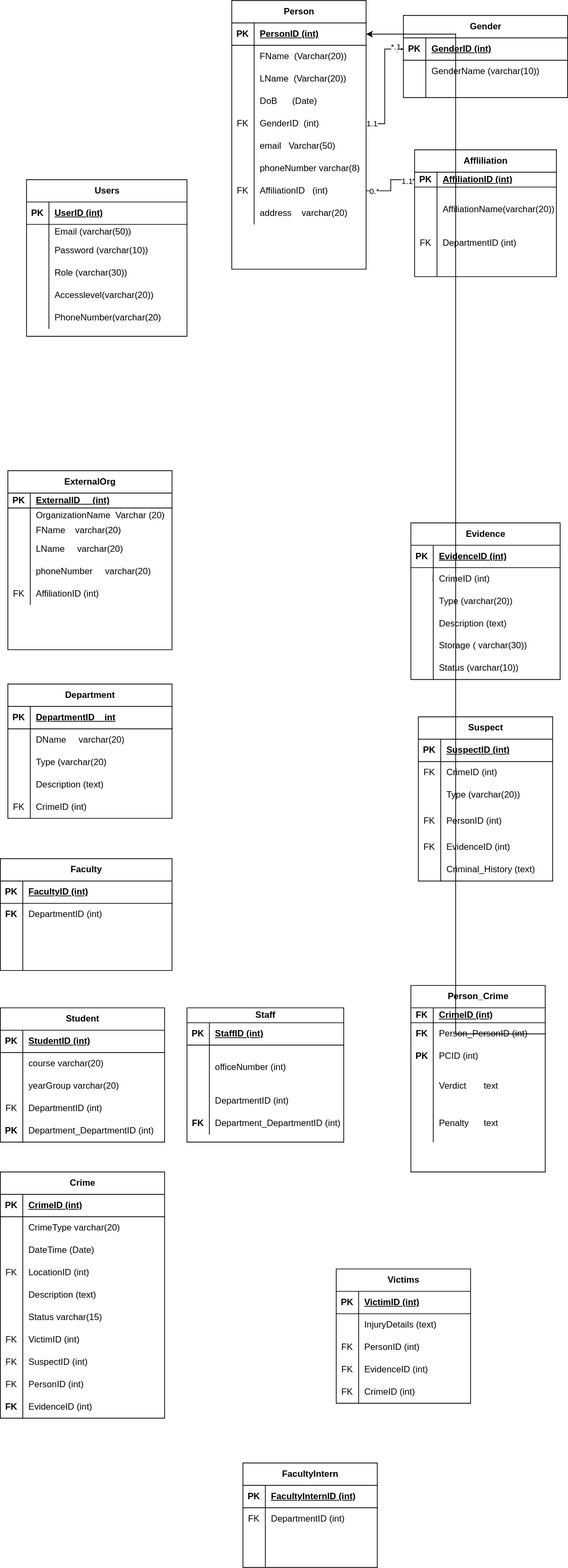
Before: Untitled Diagram.drawio.svg, a diagram exported from draw.io (Priscile2/Diagrams). Source tidied: cells renumbered, new cells last; positions are measured from the earlier drawing's top-left corner, leaving out a move shared by most shapes.
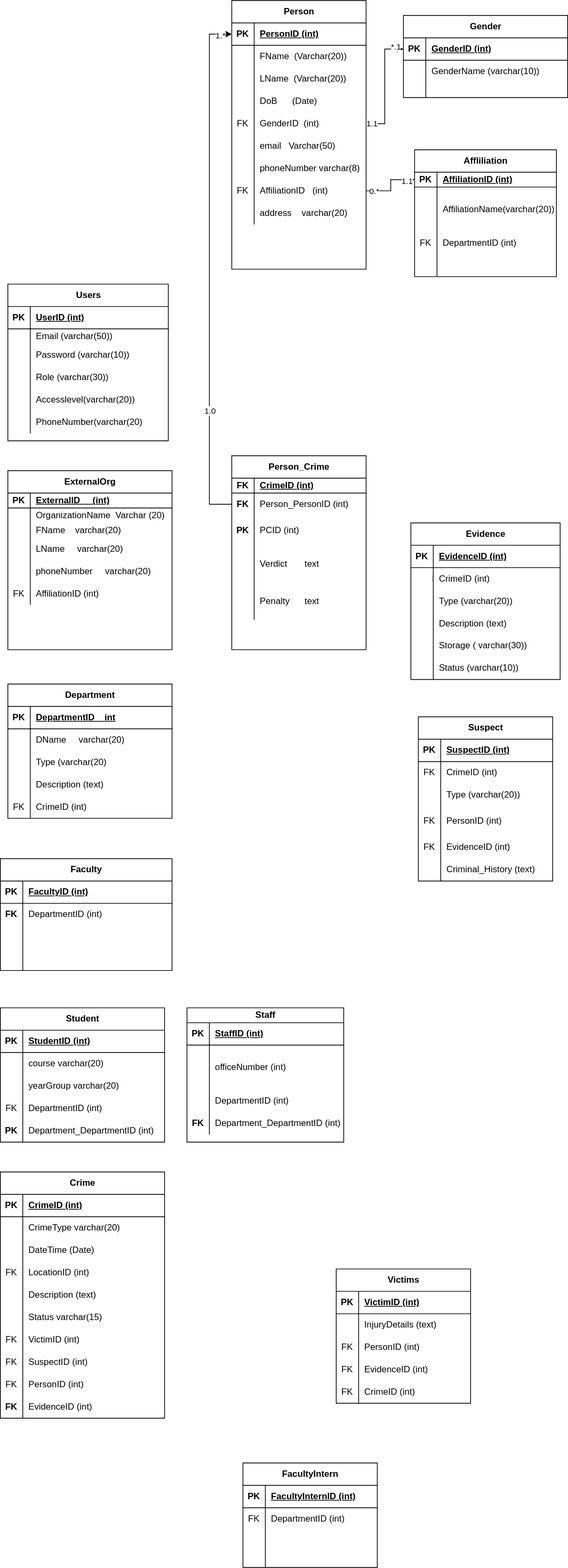
After the commit.

The edit, as a diff of the source:
```diff
@@ -288,7 +288,7 @@
       <mxGeometry x="30" width="150" height="30" as="geometry" />
     </mxCell>
     <mxCell id="97" value="Person_Crime" style="shape=table;startSize=30;rowLines=0;fontStyle=1;align=center;html=1;" parent="1" vertex="1">
-      <mxGeometry x="550" y="1320" width="180" height="250" as="geometry" />
+      <mxGeometry x="310" y="610" width="180" height="260" as="geometry" />
     </mxCell>
     <mxCell id="98" style="shape=tableRow;horizontal=0;startSize=0;swimlaneHead=0;swimlaneBody=0;fillColor=none;top=0;left=0;right=0;bottom=1;" parent="97" vertex="1">
       <mxGeometry y="30" width="180" height="20" as="geometry" />
@@ -309,16 +309,16 @@
       <mxGeometry x="30" width="150" height="30" as="geometry" />
     </mxCell>
     <mxCell id="104" style="shape=tableRow;horizontal=0;startSize=0;swimlaneHead=0;swimlaneBody=0;fillColor=none;top=0;left=0;right=0;bottom=0;" parent="97" vertex="1">
-      <mxGeometry y="80" width="180" height="30" as="geometry" />
+      <mxGeometry y="80" width="180" height="40" as="geometry" />
     </mxCell>
     <mxCell id="105" value="&lt;b&gt;PK&lt;/b&gt;" style="shape=partialRectangle;fillColor=none;top=0;left=0;bottom=0;right=0;overflow=hidden;whiteSpace=wrap;html=1;" parent="104" vertex="1">
-      <mxGeometry width="30" height="30" as="geometry" />
+      <mxGeometry width="30" height="40" as="geometry" />
     </mxCell>
     <mxCell id="106" value="PCID (int)" style="shape=partialRectangle;fillColor=none;top=0;left=0;bottom=0;right=0;align=left;spacingLeft=6;overflow=hidden;whiteSpace=wrap;html=1;" parent="104" vertex="1">
-      <mxGeometry x="30" width="150" height="30" as="geometry" />
+      <mxGeometry x="30" width="150" height="40" as="geometry" />
     </mxCell>
     <mxCell id="107" style="shape=tableRow;horizontal=0;startSize=0;swimlaneHead=0;swimlaneBody=0;fillColor=none;top=0;left=0;right=0;bottom=0;" parent="97" vertex="1">
-      <mxGeometry y="110" width="180" height="50" as="geometry" />
+      <mxGeometry y="120" width="180" height="50" as="geometry" />
     </mxCell>
     <mxCell id="108" style="shape=partialRectangle;fillColor=none;top=0;left=0;bottom=0;right=0;overflow=hidden;whiteSpace=wrap;html=1;" parent="107" vertex="1">
       <mxGeometry width="30" height="50" as="geometry" />
@@ -327,7 +327,7 @@
       <mxGeometry x="30" width="150" height="50" as="geometry" />
     </mxCell>
     <mxCell id="110" style="shape=tableRow;horizontal=0;startSize=0;swimlaneHead=0;swimlaneBody=0;fillColor=none;top=0;left=0;right=0;bottom=0;" parent="97" vertex="1">
-      <mxGeometry y="160" width="180" height="50" as="geometry" />
+      <mxGeometry y="170" width="180" height="50" as="geometry" />
     </mxCell>
     <mxCell id="111" style="shape=partialRectangle;fillColor=none;top=0;left=0;bottom=0;right=0;overflow=hidden;whiteSpace=wrap;html=1;" parent="110" vertex="1">
       <mxGeometry width="30" height="50" as="geometry" />
@@ -519,7 +519,7 @@
       <mxGeometry x="30" width="190" height="30" as="geometry" />
     </mxCell>
     <mxCell id="174" value="Users" style="shape=table;startSize=30;rowLines=0;fontStyle=1;align=center;html=1;" parent="1" vertex="1">
-      <mxGeometry x="35" y="240" width="215" height="210" as="geometry" />
+      <mxGeometry x="10" y="380" width="215" height="210" as="geometry" />
     </mxCell>
     <mxCell id="175" style="shape=tableRow;horizontal=0;startSize=0;swimlaneHead=0;swimlaneBody=0;fillColor=none;top=0;left=0;right=0;bottom=1;" parent="174" vertex="1">
       <mxGeometry y="30" width="215" height="30" as="geometry" />
@@ -803,8 +803,18 @@
     <mxCell id="268" value="1.1" style="edgeLabel;html=1;align=center;verticalAlign=middle;" parent="266" vertex="1">
       <mxGeometry x="0.72" y="-1" relative="1" as="geometry" />
     </mxCell>
-    <mxCell id="269" style="edgeStyle=elbowEdgeStyle;rounded=0;jettySize=auto;html=1;exitX=1;exitY=0.5;exitDx=0;exitDy=0;" parent="1" edge="1" source="101" target="3">
-      <mxGeometry relative="1" as="geometry" />
+    <mxCell id="269" style="edgeStyle=elbowEdgeStyle;rounded=0;jettySize=auto;html=1;exitX=0;exitY=0.5;exitDx=0;exitDy=0;" parent="1" edge="1" source="101" target="3">
+      <mxGeometry relative="1" as="geometry">
+        <Array as="points">
+          <mxPoint x="280" y="530" />
+        </Array>
+      </mxGeometry>
     </mxCell>
+    <mxCell id="270" value="1.*" style="edgeLabel;html=1;align=center;verticalAlign=middle;" parent="269" vertex="1">
+      <mxGeometry x="0.95" y="-1" relative="1" as="geometry" />
+    </mxCell>
+    <mxCell id="271" value="1.0" style="edgeLabel;html=1;align=center;verticalAlign=middle;" parent="269" vertex="1">
+      <mxGeometry x="-0.55" relative="1" as="geometry" />
+    </mxCell>
   </root>
 </mxGraphModel>
```
